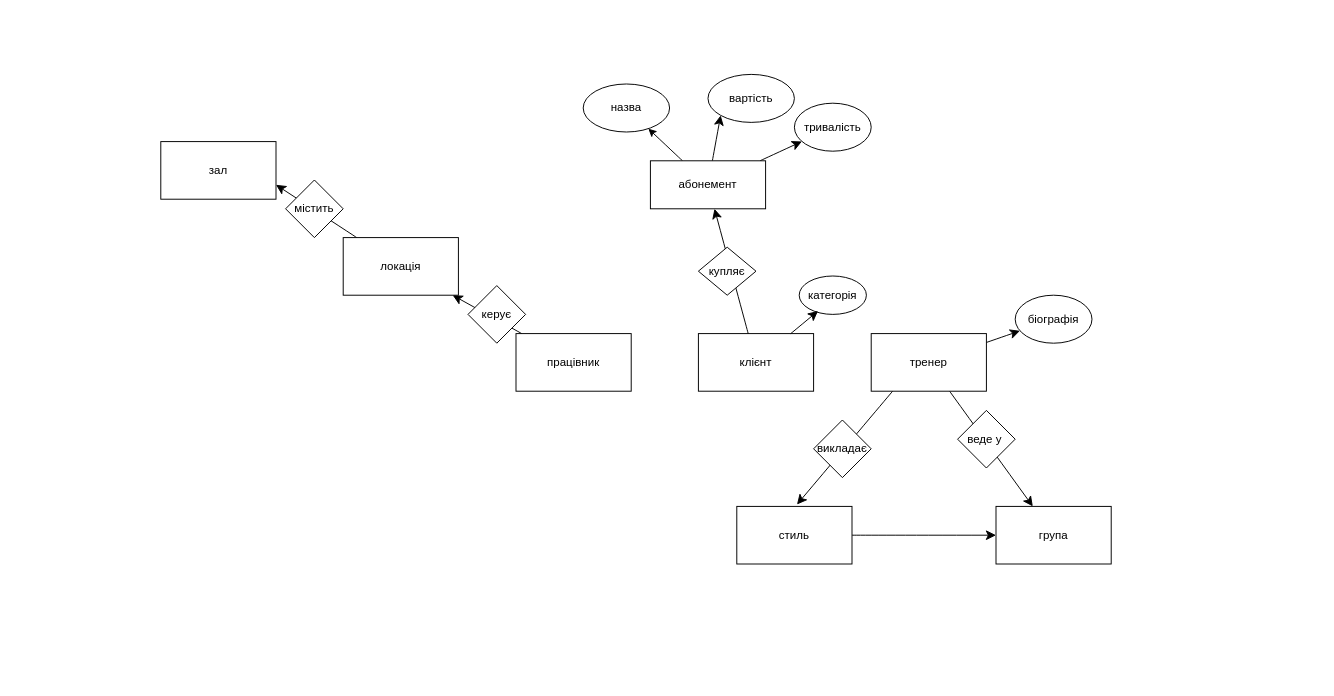
This is docs/relationship.drawio from anastasiiazuliak/elan, a draw.io file, before an edit. Source tidied: cells renumbered, new cells numbered last; positions are measured from the earlier drawing's top-left corner, leaving out a move shared by most shapes. Both pictures are drawn from the tidied source at 96%, with x=0, y=0 at pixel (160, 74).
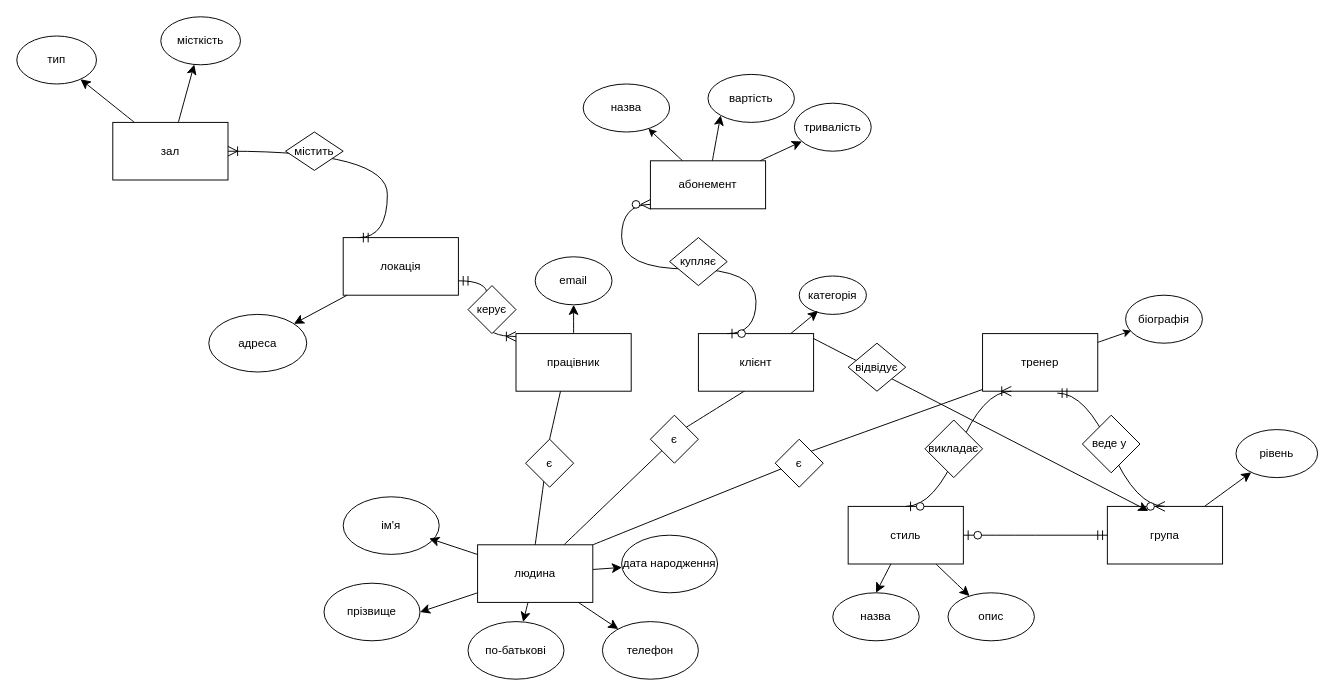
Above is the later version.

The edit, as a diff of the source:
```diff
@@
-    <mxCell id="2" style="edgeStyle=none;curved=1;rounded=0;jettySize=auto;html=1;fontSize=12;startSize=8;endSize=8;" parent="1" edge="1" source="3" target="23">
-      <mxGeometry relative="1" as="geometry" />
-    </mxCell>
-    <mxCell id="3" value="працівник" style="rounded=0;whiteSpace=wrap;html=1;" parent="1" vertex="1">
-      <mxGeometry x="370" y="270" width="120" height="60" as="geometry" />
-    </mxCell>
-    <mxCell id="4" value="клієнт" style="rounded=0;whiteSpace=wrap;html=1;" parent="1" vertex="1">
-      <mxGeometry x="560" y="270" width="120" height="60" as="geometry" />
-    </mxCell>
+    <mxCell id="31" style="edgeStyle=none;curved=1;rounded=0;jettySize=auto;html=1;entryX=0.5;entryY=1;entryDx=0;entryDy=0;fontSize=12;startSize=8;endSize=8;" parent="1" edge="1" source="3" target="38">
+      <mxGeometry relative="1" as="geometry" />
+    </mxCell>
-    <mxCell id="5" style="edgeStyle=none;curved=1;rounded=0;jettySize=auto;html=1;fontSize=12;startSize=8;endSize=8;" parent="1" edge="1" source="7" target="8">
-      <mxGeometry relative="1" as="geometry" />
+    <mxCell id="5" style="edgeStyle=none;curved=1;rounded=0;jettySize=auto;html=1;fontSize=12;shape=wire;dashed=1;" parent="1" edge="1" source="7">
+      <mxGeometry relative="1" as="geometry">
+        <mxPoint x="1010.9" y="267" as="targetPoint" />
+      </mxGeometry>
     </mxCell>
-    <mxCell id="6" style="edgeStyle=none;curved=1;rounded=0;jettySize=auto;html=1;fontSize=12;startSize=8;endSize=8;" parent="1" edge="1" source="7" target="11">
-      <mxGeometry relative="1" as="geometry" />
-    </mxCell>
-    <mxCell id="7" value="тренер" style="rounded=0;whiteSpace=wrap;html=1;" parent="1" vertex="1">
-      <mxGeometry x="740" y="270" width="120" height="60" as="geometry" />
-    </mxCell>
     <mxCell id="8" value="біографія" style="ellipse;whiteSpace=wrap;html=1;" parent="1" vertex="1">
-      <mxGeometry x="890" y="230" width="80" height="50" as="geometry" />
+      <mxGeometry x="1005" y="230" width="80" height="50" as="geometry" />
     </mxCell>
@@
+    <mxCell id="32" style="edgeStyle=none;curved=1;rounded=0;jettySize=auto;html=1;fontSize=12;startSize=8;endSize=8;" parent="1" edge="1" source="11" target="54">
+      <mxGeometry relative="1" as="geometry" />
+    </mxCell>
     <mxCell id="11" value="група" style="rounded=0;whiteSpace=wrap;html=1;" parent="1" vertex="1">
-      <mxGeometry x="870" y="450" width="120" height="60" as="geometry" />
+      <mxGeometry x="986" y="450" width="120" height="60" as="geometry" />
     </mxCell>
-    <mxCell id="12" value="веде у&amp;nbsp;" style="rhombus;whiteSpace=wrap;html=1;" parent="1" vertex="1">
-      <mxGeometry x="830" y="350" width="60" height="60" as="geometry" />
-    </mxCell>
@@
-    <mxCell id="16" value="абонемент" style="rounded=0;whiteSpace=wrap;html=1;" parent="1" vertex="1">
-      <mxGeometry x="510" y="90" width="120" height="50" as="geometry" />
-    </mxCell>
@@
-    <mxCell id="20" style="edgeStyle=none;curved=1;rounded=0;jettySize=auto;html=1;fontSize=12;startSize=8;endSize=8;" parent="1" edge="1" source="4" target="16">
-      <mxGeometry relative="1" as="geometry" />
-    </mxCell>
+    <mxCell id="33" style="rounded=0;jettySize=auto;html=1;fontSize=12;startSize=8;endSize=8;" parent="1" edge="1" source="23" target="59">
+      <mxGeometry relative="1" as="geometry" />
+    </mxCell>
+    <mxCell id="23" value="локація" style="rounded=0;whiteSpace=wrap;html=1;" parent="1" vertex="1">
+      <mxGeometry x="190" y="170" width="120" height="60" as="geometry" />
+    </mxCell>
+    <mxCell id="34" style="edgeStyle=none;curved=1;rounded=0;jettySize=auto;html=1;fontSize=12;startSize=8;endSize=8;" parent="1" edge="1" source="24" target="58">
+      <mxGeometry relative="1" as="geometry" />
+    </mxCell>
+    <mxCell id="35" style="edgeStyle=none;curved=1;rounded=0;jettySize=auto;html=1;fontSize=12;startSize=8;endSize=8;" parent="1" edge="1" source="24" target="57">
+      <mxGeometry relative="1" as="geometry" />
+    </mxCell>
+    <mxCell id="24" value="зал" style="rounded=0;whiteSpace=wrap;html=1;" parent="1" vertex="1">
+      <mxGeometry x="-50" y="50" width="120" height="60" as="geometry" />
+    </mxCell>
+    <mxCell id="36" style="edgeStyle=none;curved=1;rounded=0;jettySize=auto;html=1;entryX=0.5;entryY=0;entryDx=0;entryDy=0;fontSize=12;startSize=8;endSize=8;" parent="1" edge="1" source="28" target="61">
+      <mxGeometry relative="1" as="geometry" />
+    </mxCell>
+    <mxCell id="37" style="edgeStyle=none;curved=1;rounded=0;jettySize=auto;html=1;fontSize=12;startSize=8;endSize=8;" parent="1" edge="1" source="28" target="60">
+      <mxGeometry relative="1" as="geometry" />
+    </mxCell>
+    <mxCell id="38" value="email" style="ellipse;whiteSpace=wrap;html=1;" parent="1" vertex="1">
+      <mxGeometry x="390" y="190" width="80" height="50" as="geometry" />
+    </mxCell>
+    <mxCell id="39" style="edgeStyle=none;curved=1;rounded=0;jettySize=auto;html=1;entryX=1;entryY=0.5;entryDx=0;entryDy=0;fontSize=12;startSize=8;endSize=8;" parent="1" edge="1" source="46" target="49">
+      <mxGeometry relative="1" as="geometry" />
+    </mxCell>
+    <mxCell id="40" style="edgeStyle=none;curved=1;rounded=0;jettySize=auto;html=1;fontSize=12;startSize=8;endSize=8;" parent="1" edge="1" source="46" target="50">
+      <mxGeometry relative="1" as="geometry" />
+    </mxCell>
+    <mxCell id="41" style="edgeStyle=none;curved=1;rounded=0;jettySize=auto;html=1;fontSize=12;startSize=8;endSize=8;" parent="1" edge="1" source="46" target="47">
+      <mxGeometry relative="1" as="geometry" />
+    </mxCell>
+    <mxCell id="42" style="edgeStyle=none;curved=1;rounded=0;jettySize=auto;html=1;fontSize=12;startSize=8;endSize=8;" parent="1" edge="1" source="46" target="51">
+      <mxGeometry relative="1" as="geometry" />
+    </mxCell>
+    <mxCell id="43" style="edgeStyle=none;curved=1;rounded=0;jettySize=auto;html=1;exitX=0.75;exitY=0;exitDx=0;exitDy=0;entryX=1;entryY=0;entryDx=0;entryDy=0;fontSize=12;startSize=8;endSize=8;" parent="1" edge="1" source="46" target="53">
+      <mxGeometry relative="1" as="geometry" />
+    </mxCell>
+    <mxCell id="44" style="edgeStyle=none;curved=1;rounded=0;jettySize=auto;html=1;exitX=0.5;exitY=0;exitDx=0;exitDy=0;entryX=0.5;entryY=0;entryDx=0;entryDy=0;fontSize=12;startSize=8;endSize=8;" parent="1" edge="1" source="64" target="3">
+      <mxGeometry relative="1" as="geometry" />
+    </mxCell>
+    <mxCell id="45" style="edgeStyle=none;curved=1;rounded=0;jettySize=auto;html=1;exitX=1;exitY=0;exitDx=0;exitDy=0;entryX=1;entryY=0.25;entryDx=0;entryDy=0;fontSize=12;startSize=8;endSize=8;" parent="1" edge="1" source="66" target="7">
+      <mxGeometry relative="1" as="geometry" />
+    </mxCell>
+    <mxCell id="46" value="людина" style="rounded=0;whiteSpace=wrap;html=1;" parent="1" vertex="1">
+      <mxGeometry x="330" y="490" width="120" height="60" as="geometry" />
+    </mxCell>
+    <mxCell id="47" value="дата народження" style="ellipse;whiteSpace=wrap;html=1;" parent="1" vertex="1">
+      <mxGeometry x="480" y="480" width="100" height="60" as="geometry" />
+    </mxCell>
+    <mxCell id="48" value="ім'я" style="ellipse;whiteSpace=wrap;html=1;" parent="1" vertex="1">
+      <mxGeometry x="190" y="440" width="100" height="60" as="geometry" />
+    </mxCell>
+    <mxCell id="49" value="прізвище" style="ellipse;whiteSpace=wrap;html=1;" parent="1" vertex="1">
+      <mxGeometry x="170" y="530" width="100" height="60" as="geometry" />
+    </mxCell>
+    <mxCell id="50" value="по-батькові" style="ellipse;whiteSpace=wrap;html=1;" parent="1" vertex="1">
+      <mxGeometry x="320" y="570" width="100" height="60" as="geometry" />
+    </mxCell>
+    <mxCell id="51" value="телефон" style="ellipse;whiteSpace=wrap;html=1;" parent="1" vertex="1">
+      <mxGeometry x="460" y="570" width="100" height="60" as="geometry" />
+    </mxCell>
+    <mxCell id="52" style="edgeStyle=none;curved=1;rounded=0;jettySize=auto;html=1;entryX=0.896;entryY=0.723;entryDx=0;entryDy=0;entryPerimeter=0;fontSize=12;startSize=8;endSize=8;" parent="1" edge="1" source="46" target="48">
+      <mxGeometry relative="1" as="geometry" />
+    </mxCell>
+    <mxCell id="53" value="є" style="rhombus;whiteSpace=wrap;html=1;" parent="1" vertex="1">
+      <mxGeometry x="510" y="355" width="50" height="50" as="geometry" />
+    </mxCell>
+    <mxCell id="54" value="рівень" style="ellipse;whiteSpace=wrap;html=1;" parent="1" vertex="1">
+      <mxGeometry x="1120" y="370" width="85" height="50" as="geometry" />
+    </mxCell>
+    <mxCell id="55" style="edgeStyle=none;curved=1;rounded=0;jettySize=auto;html=1;entryX=0.356;entryY=0.079;entryDx=0;entryDy=0;entryPerimeter=0;fontSize=12;startSize=8;endSize=8;exitX=0.937;exitY=0.021;exitDx=0;exitDy=0;exitPerimeter=0;" parent="1" edge="1" source="4" target="11">
+      <mxGeometry relative="1" as="geometry" />
+    </mxCell>
+    <mxCell id="56" value="відвідує" style="rhombus;whiteSpace=wrap;html=1;" parent="1" vertex="1">
+      <mxGeometry x="716" y="280" width="60" height="50" as="geometry" />
+    </mxCell>
+    <mxCell id="57" value="тип" style="ellipse;whiteSpace=wrap;html=1;" parent="1" vertex="1">
+      <mxGeometry x="-150" y="-40" width="83" height="50" as="geometry" />
+    </mxCell>
+    <mxCell id="58" value="місткість" style="ellipse;whiteSpace=wrap;html=1;" parent="1" vertex="1">
+      <mxGeometry y="-60" width="83" height="50" as="geometry" />
+    </mxCell>
+    <mxCell id="59" value="адреса" style="ellipse;whiteSpace=wrap;html=1;" parent="1" vertex="1">
+      <mxGeometry x="50" y="250" width="102" height="60" as="geometry" />
+    </mxCell>
+    <mxCell id="60" value="опис" style="ellipse;whiteSpace=wrap;html=1;" parent="1" vertex="1">
+      <mxGeometry x="820" y="540" width="90" height="50" as="geometry" />
+    </mxCell>
+    <mxCell id="61" value="назва" style="ellipse;whiteSpace=wrap;html=1;" parent="1" vertex="1">
+      <mxGeometry x="700" y="540" width="90" height="50" as="geometry" />
+    </mxCell>
+    <mxCell id="62" style="edgeStyle=none;curved=1;rounded=0;jettySize=auto;html=1;exitX=1;exitY=0;exitDx=0;exitDy=0;fontSize=12;startSize=8;endSize=8;entryX=1;entryY=0.25;entryDx=0;entryDy=0;" parent="1" edge="1" source="53" target="4">
+      <mxGeometry relative="1" as="geometry" />
+    </mxCell>
+    <mxCell id="4" value="клієнт" style="rounded=0;whiteSpace=wrap;html=1;" parent="1" vertex="1">
+      <mxGeometry x="560" y="270" width="120" height="60" as="geometry" />
+    </mxCell>
+    <mxCell id="3" value="працівник" style="rounded=0;whiteSpace=wrap;html=1;" parent="1" vertex="1">
+      <mxGeometry x="370" y="270" width="120" height="60" as="geometry" />
+    </mxCell>
+    <mxCell id="63" style="edgeStyle=none;curved=1;rounded=0;jettySize=auto;html=1;exitX=0.5;exitY=0;exitDx=0;exitDy=0;entryX=0.5;entryY=0;entryDx=0;entryDy=0;fontSize=12;startSize=8;endSize=8;" parent="1" edge="1" source="46" target="64">
+      <mxGeometry relative="1" as="geometry" />
+    </mxCell>
+    <mxCell id="64" value="є" style="rhombus;whiteSpace=wrap;html=1;" parent="1" vertex="1">
+      <mxGeometry x="380" y="380" width="50" height="50" as="geometry" />
+    </mxCell>
+    <mxCell id="7" value="тренер" style="rounded=0;whiteSpace=wrap;html=1;" parent="1" vertex="1">
+      <mxGeometry x="856" y="270" width="120" height="60" as="geometry" />
+    </mxCell>
+    <mxCell id="65" style="edgeStyle=none;curved=1;rounded=0;jettySize=auto;html=1;exitX=1;exitY=0;exitDx=0;exitDy=0;entryX=1;entryY=0.25;entryDx=0;entryDy=0;fontSize=12;startSize=8;endSize=8;" parent="1" edge="1" source="46" target="66">
+      <mxGeometry relative="1" as="geometry" />
+    </mxCell>
+    <mxCell id="66" value="є" style="rhombus;whiteSpace=wrap;html=1;" parent="1" vertex="1">
+      <mxGeometry x="640" y="380" width="50" height="50" as="geometry" />
+    </mxCell>
+    <mxCell id="28" value="стиль" style="rounded=0;whiteSpace=wrap;html=1;" parent="1" vertex="1">
+      <mxGeometry x="716" y="450" width="120" height="60" as="geometry" />
+    </mxCell>
+    <mxCell id="16" value="абонемент" style="rounded=0;whiteSpace=wrap;html=1;" parent="1" vertex="1">
+      <mxGeometry x="510" y="90" width="120" height="50" as="geometry" />
+    </mxCell>
+    <mxCell id="67" style="edgeStyle=entityRelationEdgeStyle;fontSize=12;html=1;endArrow=ERoneToMany;startArrow=ERmandOne;rounded=0;startSize=8;endSize=8;curved=1;" parent="1" edge="1" target="24">
+      <mxGeometry relative="1" as="geometry">
+        <mxPoint x="206" y="170" as="sourcePoint" />
+      </mxGeometry>
+    </mxCell>
+    <mxCell id="25" value="містить" style="rhombus;whiteSpace=wrap;html=1;" parent="1" vertex="1">
+      <mxGeometry x="130" y="60" width="60" height="40" as="geometry" />
+    </mxCell>
+    <mxCell id="68" style="edgeStyle=entityRelationEdgeStyle;fontSize=12;html=1;endArrow=ERoneToMany;startArrow=ERmandOne;rounded=0;startSize=8;endSize=8;curved=1;exitX=1;exitY=0.75;exitDx=0;exitDy=0;" parent="1" edge="1" source="23">
+      <mxGeometry relative="1" as="geometry">
+        <mxPoint x="370" y="273" as="targetPoint" />
+      </mxGeometry>
+    </mxCell>
+    <mxCell id="26" value="керує" style="rhombus;whiteSpace=wrap;html=1;" parent="1" vertex="1">
+      <mxGeometry x="320" y="220" width="50" height="50" as="geometry" />
+    </mxCell>
+    <mxCell id="69" style="edgeStyle=entityRelationEdgeStyle;fontSize=12;html=1;endArrow=ERzeroToMany;startArrow=ERzeroToOne;rounded=0;startSize=8;endSize=8;curved=1;exitX=0.25;exitY=0;exitDx=0;exitDy=0;entryX=0.404;entryY=1.016;entryDx=0;entryDy=0;entryPerimeter=0;" parent="1" edge="1" source="4">
+      <mxGeometry relative="1" as="geometry">
+        <mxPoint x="510" y="135.4" as="targetPoint" />
+      </mxGeometry>
+    </mxCell>
     <mxCell id="21" value="купляє" style="rhombus;whiteSpace=wrap;html=1;" parent="1" vertex="1">
-      <mxGeometry x="560" y="180" width="60" height="50" as="geometry" />
+      <mxGeometry x="530" y="170" width="60" height="50" as="geometry" />
     </mxCell>
-    <mxCell id="22" style="edgeStyle=none;curved=1;rounded=0;jettySize=auto;html=1;entryX=1;entryY=0.75;entryDx=0;entryDy=0;fontSize=12;startSize=8;endSize=8;" parent="1" edge="1" source="23" target="24">
-      <mxGeometry relative="1" as="geometry" />
-    </mxCell>
-    <mxCell id="23" value="локація" style="rounded=0;whiteSpace=wrap;html=1;" parent="1" vertex="1">
-      <mxGeometry x="190" y="170" width="120" height="60" as="geometry" />
-    </mxCell>
-    <mxCell id="24" value="зал" style="rounded=0;whiteSpace=wrap;html=1;" parent="1" vertex="1">
-      <mxGeometry y="70" width="120" height="60" as="geometry" />
-    </mxCell>
-    <mxCell id="25" value="містить" style="rhombus;whiteSpace=wrap;html=1;" parent="1" vertex="1">
-      <mxGeometry x="130" y="110" width="60" height="60" as="geometry" />
-    </mxCell>
-    <mxCell id="26" value="керує" style="rhombus;whiteSpace=wrap;html=1;" parent="1" vertex="1">
-      <mxGeometry x="320" y="220" width="60" height="60" as="geometry" />
-    </mxCell>
-    <mxCell id="27" style="edgeStyle=none;curved=1;rounded=0;jettySize=auto;html=1;entryX=0;entryY=0.5;entryDx=0;entryDy=0;fontSize=12;startSize=8;endSize=8;" parent="1" edge="1" source="28" target="11">
-      <mxGeometry relative="1" as="geometry" />
-    </mxCell>
-    <mxCell id="28" value="стиль" style="rounded=0;whiteSpace=wrap;html=1;" parent="1" vertex="1">
-      <mxGeometry x="600" y="450" width="120" height="60" as="geometry" />
-    </mxCell>
-    <mxCell id="29" style="edgeStyle=none;curved=1;rounded=0;orthogonalLoop=1;jettySize=auto;html=1;entryX=0.625;entryY=-0.033;entryDx=0;entryDy=0;entryPerimeter=0;fontSize=12;startSize=8;endSize=8;" parent="1" edge="1">
-      <mxGeometry relative="1" as="geometry">
-        <mxPoint x="762.3" y="330" as="sourcePoint" />
-        <mxPoint x="662.7" y="448" as="targetPoint" />
-      </mxGeometry>
-    </mxCell>
+    <mxCell id="6" style="edgeStyle=entityRelationEdgeStyle;fontSize=12;html=1;endArrow=ERzeroToMany;startArrow=ERmandOne;rounded=0;startSize=8;endSize=8;curved=1;exitX=0.649;exitY=1.033;exitDx=0;exitDy=0;exitPerimeter=0;entryX=0.5;entryY=0;entryDx=0;entryDy=0;" parent="1" edge="1" source="7" target="11">
+      <mxGeometry relative="1" as="geometry" />
+    </mxCell>
+    <mxCell id="12" value="веде у&amp;nbsp;" style="rhombus;whiteSpace=wrap;html=1;" parent="1" vertex="1">
+      <mxGeometry x="960" y="355" width="60" height="60" as="geometry" />
+    </mxCell>
+    <mxCell id="70" style="edgeStyle=entityRelationEdgeStyle;fontSize=12;html=1;endArrow=ERoneToMany;startArrow=ERzeroToOne;rounded=0;startSize=8;endSize=8;curved=1;entryX=0.25;entryY=1;entryDx=0;entryDy=0;exitX=0.5;exitY=0;exitDx=0;exitDy=0;" parent="1" edge="1" source="28" target="7">
+      <mxGeometry relative="1" as="geometry" />
+    </mxCell>
     <mxCell id="30" value="викладає" style="rhombus;whiteSpace=wrap;html=1;" parent="1" vertex="1">
-      <mxGeometry x="680" y="360" width="60" height="60" as="geometry" />
+      <mxGeometry x="796" y="360" width="60" height="60" as="geometry" />
     </mxCell>
+    <mxCell id="71" style="edgeStyle=entityRelationEdgeStyle;fontSize=12;html=1;endArrow=ERzeroToOne;startArrow=ERmandOne;rounded=0;startSize=8;endSize=8;curved=1;entryX=1;entryY=0.5;entryDx=0;entryDy=0;exitX=0;exitY=0.5;exitDx=0;exitDy=0;" parent="1" edge="1" source="11" target="28">
+      <mxGeometry relative="1" as="geometry" />
+    </mxCell>
```
